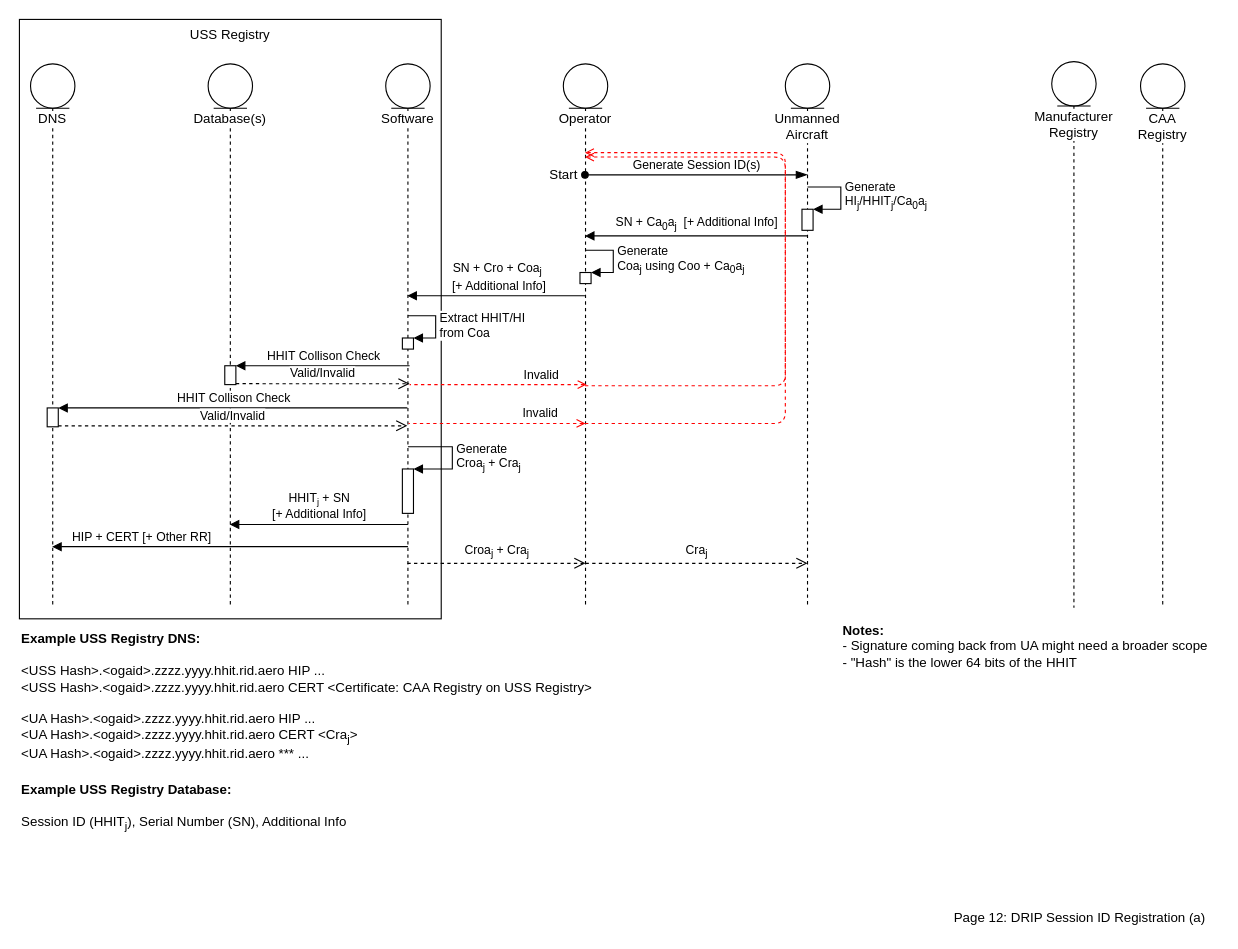
The draw.io diagram page "(a) DRIP Session ID" (12 of 16) of docs/registry-z-diagrams.drawio in ietf-wg-drip/draft-ietf-drip-registries, before the edit. Source tidied: cells renumbered, new cells numbered last; positions are measured from the earlier drawing's top-left corner, leaving out a move shared by most shapes. Both pictures are drawn from the tidied source at 111%, with x=0, y=0 at pixel (19, 19).
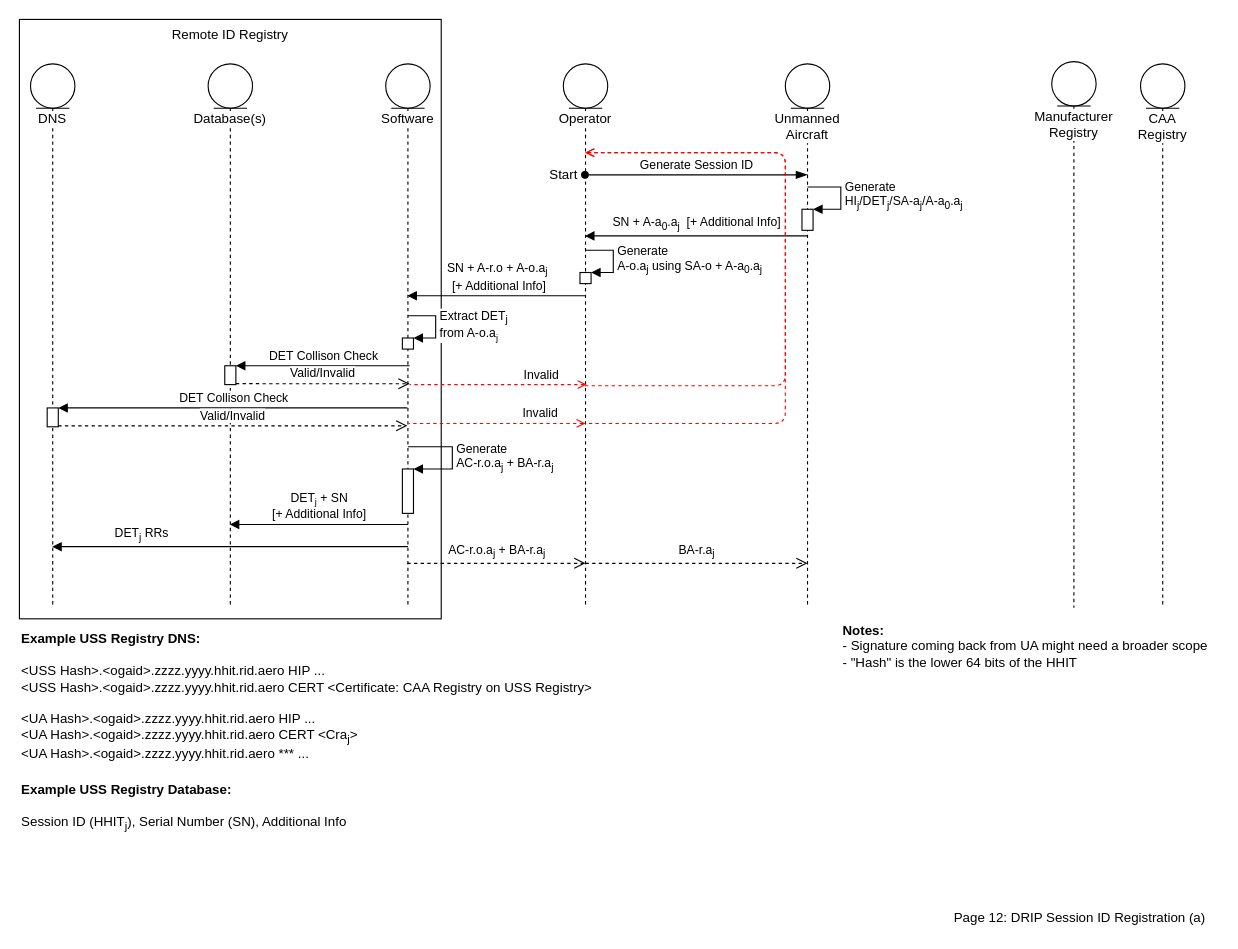
The same diagram, later.

Unchanged cells that the change refers to:
```xml
<mxCell id="3" value="Operator" style="shape=umlLifeline;participant=umlEntity;perimeter=lifelinePerimeter;whiteSpace=wrap;html=1;verticalAlign=top;spacingTop=36;outlineConnect=0;labelBackgroundColor=#ffffff;" parent="1" vertex="1">
  <mxGeometry x="490" y="40" width="40" height="490" as="geometry" />
</mxCell>
<mxCell id="5" style="html=1;points=[];perimeter=orthogonalPerimeter;labelBackgroundColor=#ffffff;strokeColor=#000000;align=center;" parent="4" vertex="1">
  <mxGeometry x="15" y="310" width="10" height="17" as="geometry" />
</mxCell>
<mxCell id="6" value="Software" style="shape=umlLifeline;participant=umlEntity;perimeter=lifelinePerimeter;whiteSpace=wrap;html=1;verticalAlign=top;spacingTop=36;outlineConnect=0;labelBackgroundColor=#ffffff;" parent="1" vertex="1">
  <mxGeometry x="330" y="40" width="40" height="490" as="geometry" />
</mxCell>
<mxCell id="7" style="html=1;points=[];perimeter=orthogonalPerimeter;labelBackgroundColor=#ffffff;strokeColor=#000000;align=center;" parent="6" vertex="1">
  <mxGeometry x="15" y="365" width="10" height="40" as="geometry" />
</mxCell>
<mxCell id="12" style="html=1;points=[];perimeter=orthogonalPerimeter;labelBackgroundColor=#ffffff;strokeColor=#000000;align=center;" parent="11" vertex="1">
  <mxGeometry x="15" y="272" width="10" height="17" as="geometry" />
</mxCell>
<mxCell id="14" value="Unmanned Aircraft" style="shape=umlLifeline;participant=umlEntity;perimeter=lifelinePerimeter;whiteSpace=wrap;html=1;verticalAlign=top;spacingTop=36;align=center;labelBackgroundColor=#ffffff;" parent="1" vertex="1">
  <mxGeometry x="690" y="40" width="40" height="490" as="geometry" />
</mxCell>
<mxCell id="16" style="html=1;points=[];perimeter=orthogonalPerimeter;labelBackgroundColor=#ffffff;align=center;" parent="14" vertex="1">
  <mxGeometry x="15" y="131" width="10" height="19" as="geometry" />
</mxCell>
<mxCell id="21" style="html=1;points=[];perimeter=orthogonalPerimeter;" parent="1" vertex="1">
  <mxGeometry x="505" y="228" width="10" height="10" as="geometry" />
</mxCell>
<mxCell id="36" style="html=1;points=[];perimeter=orthogonalPerimeter;" parent="1" vertex="1">
  <mxGeometry x="345" y="287" width="10" height="10" as="geometry" />
</mxCell>
```

Diff of the diagram source:
```diff
@@
-    <mxCell id="2" value="USS Registry" style="rounded=0;whiteSpace=wrap;html=1;verticalAlign=top;shadow=0;fillColor=#FFFFFF;" parent="1" vertex="1">
+    <mxCell id="2" value="Remote ID Registry" style="rounded=0;whiteSpace=wrap;html=1;verticalAlign=top;shadow=0;fillColor=#FFFFFF;" parent="1" vertex="1">
       <mxGeometry width="380" height="540" as="geometry" />
     </mxCell>
@@
-    <mxCell id="8" value="Generate &lt;br&gt;Croa&lt;sub&gt;j&lt;/sub&gt;&amp;nbsp;+ Cra&lt;sub&gt;j&lt;/sub&gt;" style="edgeStyle=orthogonalEdgeStyle;html=1;align=left;spacingLeft=2;endArrow=block;rounded=0;entryX=1;entryY=0;" parent="6" edge="1" target="7">
+    <mxCell id="8" value="Generate &lt;br&gt;AC-r.o.a&lt;sub&gt;j&lt;/sub&gt;&amp;nbsp;+ BA-r.a&lt;sub&gt;j&lt;/sub&gt;" style="edgeStyle=orthogonalEdgeStyle;html=1;align=left;spacingLeft=2;endArrow=block;rounded=0;entryX=1;entryY=0;" parent="6" edge="1" target="7">
       <mxGeometry x="0.05" relative="1" as="geometry">
         <mxPoint x="20" y="345" as="sourcePoint" />
         <Array as="points">
           <mxPoint x="60" y="345" />
           <mxPoint x="60" y="365" />
         </Array>
       </mxGeometry>
     </mxCell>
-    <mxCell id="9" value="HHIT&lt;font size=&quot;1&quot;&gt;&lt;sub&gt;j&lt;/sub&gt;&lt;/font&gt;&amp;nbsp;+ SN &lt;br&gt;[+ Additional Info]" style="html=1;verticalAlign=bottom;endArrow=block;" parent="6" edge="1">
+    <mxCell id="9" value="DET&lt;font size=&quot;1&quot;&gt;&lt;sub&gt;j&lt;/sub&gt;&lt;/font&gt;&amp;nbsp;+ SN &lt;br&gt;[+ Additional Info]" style="html=1;verticalAlign=bottom;endArrow=block;" parent="6" edge="1">
       <mxGeometry relative="1" as="geometry">
         <mxPoint x="20" y="415" as="sourcePoint" />
         <mxPoint x="-140.5" y="415" as="targetPoint" />
       </mxGeometry>
     </mxCell>
-    <mxCell id="10" value="HIP + CERT [+ Other RR]" style="html=1;verticalAlign=bottom;endArrow=block;strokeColor=#000000;" parent="6" edge="1">
+    <mxCell id="10" value="DET&lt;sub&gt;j&lt;/sub&gt;&amp;nbsp;RRs" style="html=1;verticalAlign=bottom;endArrow=block;strokeColor=#000000;" parent="6" edge="1">
       <mxGeometry x="0.5" relative="1" as="geometry">
         <mxPoint x="20" y="435" as="sourcePoint" />
         <mxPoint x="-300.5" y="435" as="targetPoint" />
       </mxGeometry>
     </mxCell>
@@
-    <mxCell id="15" value="Generate Session ID(s)" style="html=1;verticalAlign=bottom;startArrow=blockThin;startFill=1;endArrow=oval;startSize=8;endFill=1;" parent="14" edge="1" target="3">
+    <mxCell id="15" value="Generate Session ID" style="html=1;verticalAlign=bottom;startArrow=blockThin;startFill=1;endArrow=oval;startSize=8;endFill=1;" parent="14" edge="1" target="3">
       <mxGeometry relative="1" as="geometry">
         <mxPoint x="20" y="100" as="sourcePoint" />
       </mxGeometry>
     </mxCell>
@@
-    <mxCell id="17" value="Generate&lt;br&gt;HI&lt;sub&gt;j&lt;/sub&gt;/HHIT&lt;sub&gt;j&lt;/sub&gt;/Ca&lt;sub&gt;0&lt;/sub&gt;a&lt;sub&gt;j&lt;/sub&gt;" style="edgeStyle=orthogonalEdgeStyle;html=1;align=left;spacingLeft=2;endArrow=block;rounded=0;entryX=1;entryY=0;" parent="14" edge="1" target="16">
+    <mxCell id="17" value="Generate&lt;br&gt;HI&lt;sub&gt;j&lt;/sub&gt;/DET&lt;sub&gt;j&lt;/sub&gt;/SA-a&lt;sub&gt;j&lt;/sub&gt;/A-a&lt;sub&gt;0&lt;/sub&gt;.a&lt;sub&gt;j&lt;/sub&gt;" style="edgeStyle=orthogonalEdgeStyle;html=1;align=left;spacingLeft=2;endArrow=block;rounded=0;entryX=1;entryY=0;" parent="14" edge="1" target="16">
       <mxGeometry relative="1" as="geometry">
         <mxPoint x="20" y="111" as="sourcePoint" />
         <Array as="points">
           <mxPoint x="50" y="111" />
         </Array>
       </mxGeometry>
     </mxCell>
-    <mxCell id="18" value="SN + Ca&lt;sub&gt;0&lt;/sub&gt;a&lt;sub&gt;j&lt;/sub&gt;&amp;nbsp; [+ Additional Info]" style="html=1;verticalAlign=bottom;endArrow=block;strokeColor=#000000;" parent="14" edge="1">
+    <mxCell id="18" value="SN + A-a&lt;sub&gt;0&lt;/sub&gt;.a&lt;sub&gt;j&lt;/sub&gt;&amp;nbsp; [+ Additional Info]" style="html=1;verticalAlign=bottom;endArrow=block;strokeColor=#000000;" parent="14" edge="1">
       <mxGeometry relative="1" as="geometry">
         <mxPoint x="20" y="155" as="sourcePoint" />
         <mxPoint x="-180.5" y="155" as="targetPoint" />
       </mxGeometry>
     </mxCell>
@@
-    <mxCell id="22" value="Generate &lt;br&gt;Coa&lt;sub&gt;j&lt;/sub&gt; using Coo + Ca&lt;sub&gt;0&lt;/sub&gt;a&lt;sub&gt;j&lt;/sub&gt;" style="edgeStyle=orthogonalEdgeStyle;html=1;align=left;spacingLeft=2;endArrow=block;rounded=0;entryX=1;entryY=0;" parent="1" edge="1" target="21">
+    <mxCell id="22" value="Generate &lt;br&gt;A-o.a&lt;sub&gt;j&lt;/sub&gt; using SA-o + A-a&lt;sub&gt;0&lt;/sub&gt;.a&lt;sub&gt;j&lt;/sub&gt;" style="edgeStyle=orthogonalEdgeStyle;html=1;align=left;spacingLeft=2;endArrow=block;rounded=0;entryX=1;entryY=0;" parent="1" edge="1" target="21">
       <mxGeometry x="0.05" relative="1" as="geometry">
         <mxPoint x="510" y="208" as="sourcePoint" />
         <Array as="points">
           <mxPoint x="535" y="208" />
         </Array>
       </mxGeometry>
     </mxCell>
-    <mxCell id="23" value="SN + Cro + Coa&lt;sub&gt;j&lt;/sub&gt;&amp;nbsp; &lt;br&gt;[+ Additional Info]" style="html=1;verticalAlign=bottom;endArrow=block;" parent="1" edge="1">
+    <mxCell id="23" value="SN + A-r.o + A-o.a&lt;sub&gt;j&lt;/sub&gt;&amp;nbsp; &lt;br&gt;[+ Additional Info]" style="html=1;verticalAlign=bottom;endArrow=block;" parent="1" edge="1">
       <mxGeometry x="-0.01" relative="1" as="geometry">
         <mxPoint x="509.5" y="249" as="sourcePoint" />
         <mxPoint x="349.5" y="249" as="targetPoint" />
         <Array as="points">
           <mxPoint x="490" y="249" />
         </Array>
         <mxPoint x="1" as="offset" />
       </mxGeometry>
     </mxCell>
-    <mxCell id="24" value="HHIT&amp;nbsp;Collison Check" style="html=1;verticalAlign=bottom;endArrow=block;entryX=1;entryY=0;strokeColor=#000000;" parent="1" edge="1" source="6" target="5">
+    <mxCell id="24" value="DET Collison Check" style="html=1;verticalAlign=bottom;endArrow=block;entryX=1;entryY=0;strokeColor=#000000;" parent="1" edge="1" source="6" target="5">
       <mxGeometry relative="1" as="geometry" />
     </mxCell>
@@
     <mxCell id="27" style="html=1;verticalAlign=bottom;endArrow=none;dashed=1;endSize=8;strokeColor=#FF0000;startArrow=open;startFill=0;endFill=0;" parent="1" edge="1">
       <mxGeometry relative="1" as="geometry">
-        <mxPoint x="509.5" y="124" as="sourcePoint" />
+        <mxPoint x="510" y="120" as="sourcePoint" />
         <mxPoint x="509.5" y="364" as="targetPoint" />
         <Array as="points">
-          <mxPoint x="600" y="124" />
-          <mxPoint x="690" y="124" />
+          <mxPoint x="690" y="120" />
           <mxPoint x="690" y="364" />
           <mxPoint x="540" y="364" />
         </Array>
       </mxGeometry>
     </mxCell>
-    <mxCell id="28" value="Croa&lt;sub&gt;j&lt;/sub&gt;&amp;nbsp;+ Cra&lt;sub&gt;j&lt;/sub&gt;" style="html=1;verticalAlign=bottom;endArrow=open;dashed=1;endSize=8;strokeColor=#000000;" parent="1" edge="1">
+    <mxCell id="28" value="AC-r.o.a&lt;sub&gt;j&lt;/sub&gt;&amp;nbsp;+ BA-r.a&lt;sub&gt;j&lt;/sub&gt;" style="html=1;verticalAlign=bottom;endArrow=open;dashed=1;endSize=8;strokeColor=#000000;" parent="1" edge="1">
       <mxGeometry relative="1" as="geometry">
         <mxPoint x="349.5" y="490" as="sourcePoint" />
         <mxPoint x="510" y="490" as="targetPoint" />
       </mxGeometry>
     </mxCell>
-    <mxCell id="29" value="Cra&lt;sub&gt;j&lt;/sub&gt;" style="html=1;verticalAlign=bottom;endArrow=open;dashed=1;endSize=8;strokeColor=#000000;" parent="1" edge="1">
+    <mxCell id="29" value="BA-r.a&lt;sub&gt;j&lt;/sub&gt;" style="html=1;verticalAlign=bottom;endArrow=open;dashed=1;endSize=8;strokeColor=#000000;" parent="1" edge="1">
       <mxGeometry relative="1" as="geometry">
         <mxPoint x="510" y="490" as="sourcePoint" />
         <mxPoint x="710" y="490" as="targetPoint" />
       </mxGeometry>
     </mxCell>
@@
-    <mxCell id="34" value="HHIT&amp;nbsp;Collison Check" style="html=1;verticalAlign=bottom;endArrow=block;entryX=1;entryY=0;strokeColor=#000000;" parent="1" edge="1" target="12">
+    <mxCell id="34" value="DET Collison Check" style="html=1;verticalAlign=bottom;endArrow=block;entryX=1;entryY=0;strokeColor=#000000;" parent="1" edge="1" target="12">
       <mxGeometry relative="1" as="geometry">
         <mxPoint x="351.5" y="312" as="sourcePoint" />
       </mxGeometry>
     </mxCell>
@@
-    <mxCell id="37" value="Extract HHIT/HI&lt;br&gt;from Coa" style="edgeStyle=orthogonalEdgeStyle;html=1;align=left;spacingLeft=2;endArrow=block;rounded=0;entryX=1;entryY=0;" parent="1" edge="1" target="36">
+    <mxCell id="37" value="Extract DET&lt;sub&gt;j&lt;/sub&gt;&lt;br&gt;from A-o.a&lt;font size=&quot;1&quot;&gt;&lt;sub&gt;j&lt;/sub&gt;&lt;/font&gt;" style="edgeStyle=orthogonalEdgeStyle;html=1;align=left;spacingLeft=2;endArrow=block;rounded=0;entryX=1;entryY=0;" parent="1" edge="1" target="36">
       <mxGeometry x="0.05" relative="1" as="geometry">
         <mxPoint x="350" y="267" as="sourcePoint" />
         <Array as="points">
           <mxPoint x="375" y="267" />
         </Array>
       </mxGeometry>
     </mxCell>
```
